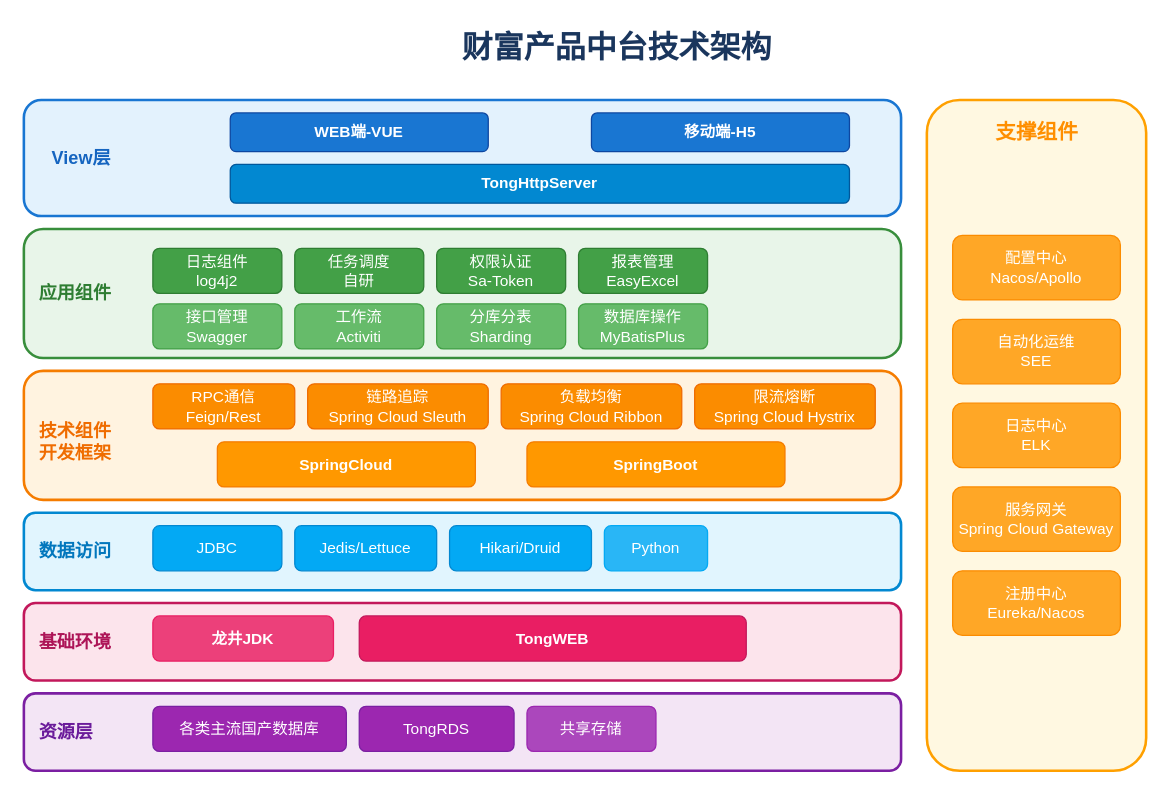
Earlier version of the draw.io diagram assets/资产配置系统架构图.drawio (sdaulibin/blog). Source tidied: cells renumbered, new cells numbered last; positions are measured from the earlier drawing's top-left corner, leaving out a move shared by most shapes. Both pictures are drawn from the tidied source at 129%, with x=0, y=0 at pixel (23, 22).
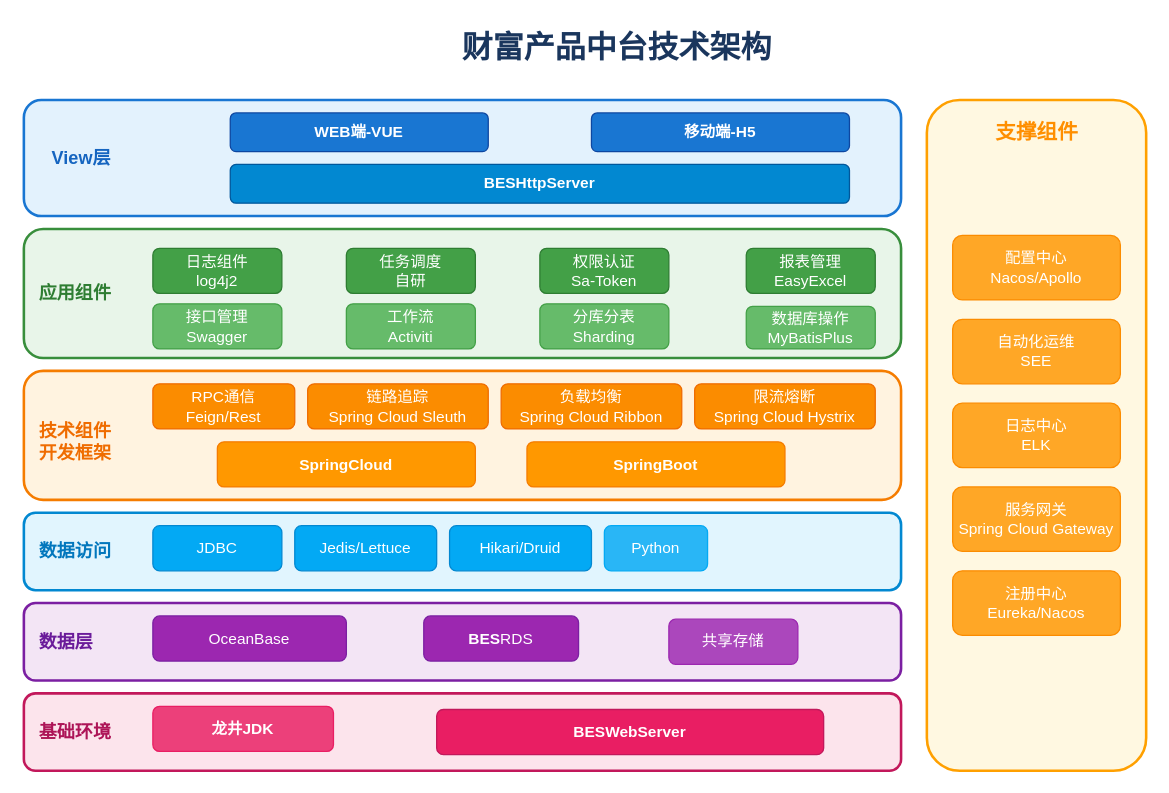
The same page after the edit.

Commit message (it also covers changes not shown here):
docs: 更新架构图引用格式和drawio源文件

The edit, as a diff of the source:
```diff
@@
-    <mxCell id="7" value="TongHttpServer" style="rounded=1;whiteSpace=wrap;html=1;fillColor=#0288d1;strokeColor=#01579b;fontColor=#ffffff;fontStyle=1;" parent="1" vertex="1">
+    <mxCell id="7" value="BESHttpServer" style="rounded=1;whiteSpace=wrap;html=1;fillColor=#0288d1;strokeColor=#01579b;fontColor=#ffffff;fontStyle=1;" parent="1" vertex="1">
       <mxGeometry x="160" y="110" width="480" height="30" as="geometry" />
     </mxCell>
@@
     <mxCell id="11" value="任务调度&#10;自研" style="rounded=1;whiteSpace=wrap;html=1;fillColor=#43a047;strokeColor=#2e7d32;fontColor=#ffffff;" parent="1" vertex="1">
-      <mxGeometry x="210" y="175" width="100" height="35" as="geometry" />
+      <mxGeometry x="250" y="175" width="100" height="35" as="geometry" />
     </mxCell>
     <mxCell id="12" value="权限认证&#10;Sa-Token" style="rounded=1;whiteSpace=wrap;html=1;fillColor=#43a047;strokeColor=#2e7d32;fontColor=#ffffff;" parent="1" vertex="1">
-      <mxGeometry x="320" y="175" width="100" height="35" as="geometry" />
+      <mxGeometry x="400" y="175" width="100" height="35" as="geometry" />
     </mxCell>
     <mxCell id="13" value="报表管理&#10;EasyExcel" style="rounded=1;whiteSpace=wrap;html=1;fillColor=#43a047;strokeColor=#2e7d32;fontColor=#ffffff;" parent="1" vertex="1">
-      <mxGeometry x="430" y="175" width="100" height="35" as="geometry" />
+      <mxGeometry x="560" y="175" width="100" height="35" as="geometry" />
     </mxCell>
@@
     <mxCell id="15" value="工作流&#10;Activiti" style="rounded=1;whiteSpace=wrap;html=1;fillColor=#66bb6a;strokeColor=#43a047;fontColor=#ffffff;" parent="1" vertex="1">
-      <mxGeometry x="210" y="218" width="100" height="35" as="geometry" />
+      <mxGeometry x="250" y="218" width="100" height="35" as="geometry" />
     </mxCell>
     <mxCell id="16" value="分库分表&#10;Sharding" style="rounded=1;whiteSpace=wrap;html=1;fillColor=#66bb6a;strokeColor=#43a047;fontColor=#ffffff;" parent="1" vertex="1">
-      <mxGeometry x="320" y="218" width="100" height="35" as="geometry" />
+      <mxGeometry x="400" y="218" width="100" height="35" as="geometry" />
     </mxCell>
     <mxCell id="17" value="数据库操作&#10;MyBatisPlus" style="rounded=1;whiteSpace=wrap;html=1;fillColor=#66bb6a;strokeColor=#43a047;fontColor=#ffffff;" parent="1" vertex="1">
-      <mxGeometry x="430" y="218" width="100" height="35" as="geometry" />
+      <mxGeometry x="560" y="220" width="100" height="33" as="geometry" />
     </mxCell>
@@
     <mxCell id="32" style="rounded=1;whiteSpace=wrap;html=1;fillColor=#fce4ec;strokeColor=#c2185b;strokeWidth=2;" parent="1" vertex="1">
-      <mxGeometry y="450" width="680" height="60" as="geometry" />
+      <mxGeometry y="520" width="680" height="60" as="geometry" />
     </mxCell>
     <mxCell id="33" value="基础环境" style="text;html=1;strokeColor=none;fillColor=none;align=left;verticalAlign=middle;fontSize=14;fontStyle=1;fontColor=#ad1457;" parent="1" vertex="1">
-      <mxGeometry x="10" y="470" width="80" height="20" as="geometry" />
+      <mxGeometry x="10" y="540" width="80" height="20" as="geometry" />
     </mxCell>
-    <mxCell id="34" value="TongWEB" style="rounded=1;whiteSpace=wrap;html=1;fillColor=#e91e63;strokeColor=#c2185b;fontColor=#ffffff;fontStyle=1;" parent="1" vertex="1">
-      <mxGeometry x="260" y="460" width="300" height="35" as="geometry" />
+    <mxCell id="34" value="BESWebServer" style="rounded=1;whiteSpace=wrap;html=1;fillColor=#e91e63;strokeColor=#c2185b;fontColor=#ffffff;fontStyle=1;" parent="1" vertex="1">
+      <mxGeometry x="320" y="532.5" width="300" height="35" as="geometry" />
     </mxCell>
     <mxCell id="35" value="龙井JDK" style="rounded=1;whiteSpace=wrap;html=1;fillColor=#ec407a;strokeColor=#e91e63;fontColor=#ffffff;fontStyle=1;" parent="1" vertex="1">
-      <mxGeometry x="100" y="460" width="140" height="35" as="geometry" />
+      <mxGeometry x="100" y="530" width="140" height="35" as="geometry" />
     </mxCell>
     <mxCell id="36" style="rounded=1;whiteSpace=wrap;html=1;fillColor=#f3e5f5;strokeColor=#7b1fa2;strokeWidth=2;" parent="1" vertex="1">
-      <mxGeometry y="520" width="680" height="60" as="geometry" />
+      <mxGeometry y="450" width="680" height="60" as="geometry" />
     </mxCell>
-    <mxCell id="37" value="资源层" style="text;html=1;strokeColor=none;fillColor=none;align=left;verticalAlign=middle;fontSize=14;fontStyle=1;fontColor=#6a1b9a;" parent="1" vertex="1">
-      <mxGeometry x="10" y="540" width="80" height="20" as="geometry" />
+    <mxCell id="37" value="数据层" style="text;html=1;strokeColor=none;fillColor=none;align=left;verticalAlign=middle;fontSize=14;fontStyle=1;fontColor=#6a1b9a;" parent="1" vertex="1">
+      <mxGeometry x="10" y="470" width="80" height="20" as="geometry" />
     </mxCell>
-    <mxCell id="38" value="各类主流国产数据库" style="rounded=1;whiteSpace=wrap;html=1;fillColor=#9c27b0;strokeColor=#7b1fa2;fontColor=#ffffff;" parent="1" vertex="1">
-      <mxGeometry x="100" y="530" width="150" height="35" as="geometry" />
+    <mxCell id="38" value="OceanBase" style="rounded=1;whiteSpace=wrap;html=1;fillColor=#9c27b0;strokeColor=#7b1fa2;fontColor=#ffffff;" parent="1" vertex="1">
+      <mxGeometry x="100" y="460" width="150" height="35" as="geometry" />
     </mxCell>
-    <mxCell id="39" value="TongRDS" style="rounded=1;whiteSpace=wrap;html=1;fillColor=#9c27b0;strokeColor=#7b1fa2;fontColor=#ffffff;" parent="1" vertex="1">
-      <mxGeometry x="260" y="530" width="120" height="35" as="geometry" />
+    <mxCell id="39" value="&lt;span style=&quot;font-weight: 700;&quot;&gt;BES&lt;/span&gt;RDS" style="rounded=1;whiteSpace=wrap;html=1;fillColor=#9c27b0;strokeColor=#7b1fa2;fontColor=#ffffff;" parent="1" vertex="1">
+      <mxGeometry x="310" y="460" width="120" height="35" as="geometry" />
     </mxCell>
     <mxCell id="40" value="共享存储" style="rounded=1;whiteSpace=wrap;html=1;fillColor=#ab47bc;strokeColor=#9c27b0;fontColor=#ffffff;" parent="1" vertex="1">
-      <mxGeometry x="390" y="530" width="100" height="35" as="geometry" />
+      <mxGeometry x="500" y="462.5" width="100" height="35" as="geometry" />
     </mxCell>
```
